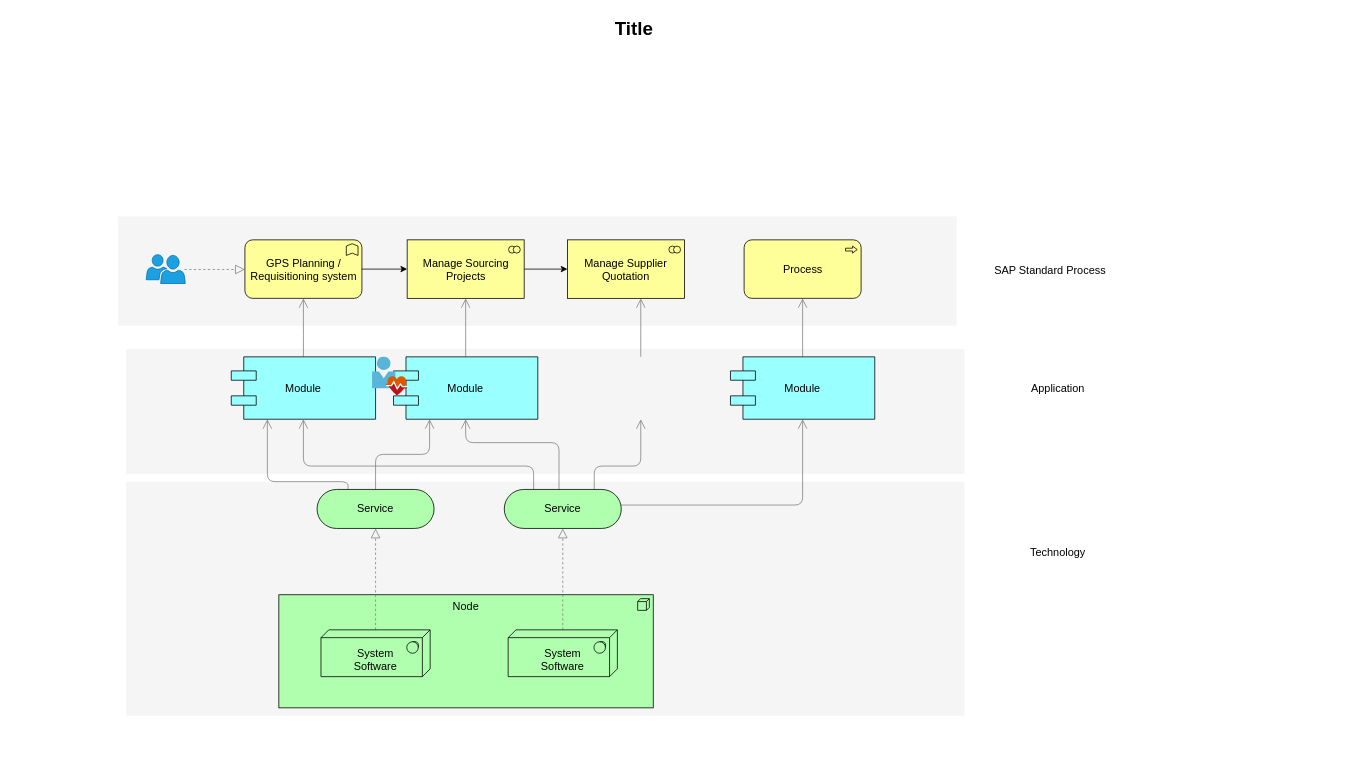
Above: Untitled Diagram.drawio in Mangesh1206/ArchitectureDiagram (draw.io), before the change. Source tidied: cells renumbered, new cells numbered last; positions are measured from the earlier drawing's top-left corner, leaving out a move shared by most shapes. Both pictures are drawn from the tidied source at 78%, with x=0, y=0 at pixel (13, 13). Pictures stored in the file or linked from it are replaced by grey dashed boxes.
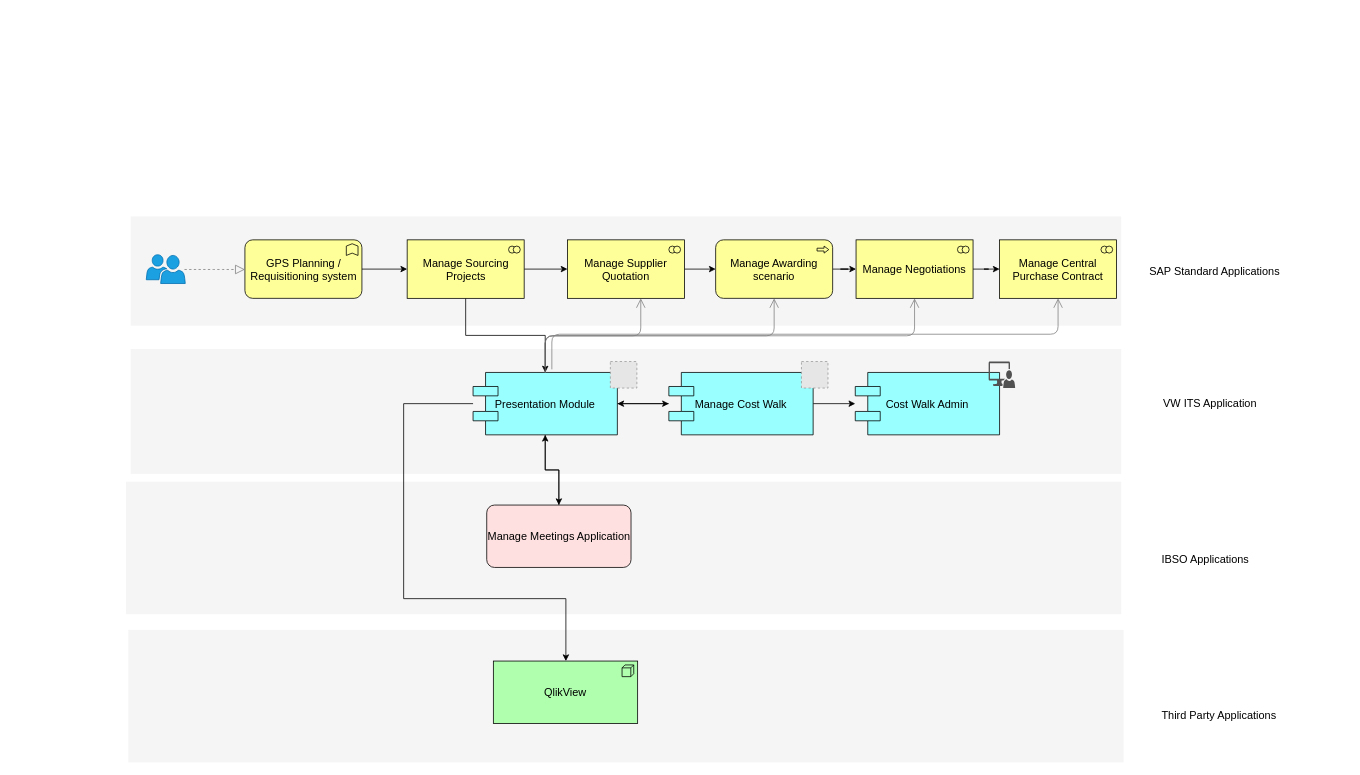
After the change.

The change refers to these unchanged cells:
```xml
<mxCell id="26" value="GPS Planning / Requisitioning system" style="html=1;whiteSpace=wrap;fillColor=#ffff99;shape=mxgraph.archimate3.application;appType=func;archiType=rounded;fontSize=14;" parent="1" vertex="1">
  <mxGeometry x="296.5" y="290" width="150" height="75" as="geometry" />
</mxCell>
<mxCell id="28" value="Manage Sourcing Projects" style="html=1;whiteSpace=wrap;fillColor=#ffff99;shape=mxgraph.archimate3.application;appType=collab;archiType=square;fontSize=14;" parent="1" vertex="1">
  <mxGeometry x="504.5" y="290" width="150" height="75" as="geometry" />
</mxCell>
<mxCell id="37" value="Manage Supplier Quotation" style="html=1;whiteSpace=wrap;fillColor=#ffff99;shape=mxgraph.archimate3.application;appType=collab;archiType=square;fontSize=14;" parent="1" vertex="1">
  <mxGeometry x="710" y="290" width="150" height="75" as="geometry" />
</mxCell>
```

Change to the diagram source:
```diff
@@
+    <mxCell id="38" style="whiteSpace=wrap;html=1;strokeColor=none;strokeWidth=1;fillColor=#f5f5f5;fontSize=14;" parent="1" vertex="1">
+      <mxGeometry x="147" y="790" width="1276" height="170" as="geometry" />
+    </mxCell>
     <mxCell id="2" style="whiteSpace=wrap;html=1;strokeColor=none;strokeWidth=1;fillColor=#f5f5f5;fontSize=14;" parent="1" vertex="1">
-      <mxGeometry x="144" y="600" width="1075" height="300" as="geometry" />
+      <mxGeometry x="144" y="600" width="1276" height="170" as="geometry" />
     </mxCell>
     <mxCell id="3" style="whiteSpace=wrap;html=1;strokeColor=none;strokeWidth=1;fillColor=#f5f5f5;fontSize=14;" parent="1" vertex="1">
-      <mxGeometry x="144" y="430" width="1075" height="160" as="geometry" />
+      <mxGeometry x="150" y="430" width="1270" height="160" as="geometry" />
     </mxCell>
     <mxCell id="4" style="whiteSpace=wrap;html=1;strokeColor=none;strokeWidth=1;fillColor=#f5f5f5;fontSize=14;" parent="1" vertex="1">
-      <mxGeometry x="134" y="260" width="1075" height="140" as="geometry" />
+      <mxGeometry x="150" y="260" width="1270" height="140" as="geometry" />
     </mxCell>
-    <mxCell id="5" value="Node" style="html=1;whiteSpace=wrap;fillColor=#AFFFAF;shape=mxgraph.archimate3.application;appType=node;archiType=square;fontSize=14;verticalAlign=top;" parent="1" vertex="1">
-      <mxGeometry x="340" y="745" width="480" height="145" as="geometry" />
-    </mxCell>
-    <mxCell id="6" style="edgeStyle=elbowEdgeStyle;rounded=1;elbow=vertical;html=1;startSize=10;endArrow=block;endFill=0;endSize=10;jettySize=auto;strokeColor=#808080;fontSize=14;dashed=1;" parent="1" edge="1" source="7" target="12">
-      <mxGeometry relative="1" as="geometry" />
-    </mxCell>
-    <mxCell id="7" value="&lt;div&gt;&lt;br&gt;&lt;/div&gt;System&lt;div&gt;Software&lt;/div&gt;" style="html=1;whiteSpace=wrap;fillColor=#AFFFAF;shape=mxgraph.archimate3.tech;techType=sysSw;fontSize=14;" parent="1" vertex="1">
-      <mxGeometry x="394" y="790" width="140" height="60" as="geometry" />
-    </mxCell>
-    <mxCell id="8" style="edgeStyle=elbowEdgeStyle;rounded=1;elbow=vertical;html=1;startSize=10;endArrow=block;endFill=0;endSize=10;jettySize=auto;strokeColor=#808080;fontSize=14;dashed=1;" parent="1" edge="1" source="9" target="17">
-      <mxGeometry relative="1" as="geometry" />
-    </mxCell>
-    <mxCell id="9" value="&lt;div&gt;&lt;br&gt;&lt;/div&gt;&lt;div&gt;&lt;span&gt;System&lt;/span&gt;&lt;div&gt;Software&lt;/div&gt;&lt;/div&gt;" style="html=1;whiteSpace=wrap;fillColor=#AFFFAF;shape=mxgraph.archimate3.tech;techType=sysSw;fontSize=14;" parent="1" vertex="1">
-      <mxGeometry x="634" y="790" width="140" height="60" as="geometry" />
-    </mxCell>
-    <mxCell id="10" style="edgeStyle=elbowEdgeStyle;rounded=1;elbow=vertical;html=1;startSize=10;endArrow=open;endFill=0;endSize=10;jettySize=auto;strokeColor=#808080;fontSize=14;entryX=0.25;entryY=1;" parent="1" edge="1" source="12" target="21">
-      <mxGeometry relative="1" as="geometry" />
-    </mxCell>
-    <mxCell id="11" style="edgeStyle=elbowEdgeStyle;rounded=1;elbow=vertical;html=1;startSize=10;endArrow=open;endFill=0;endSize=10;jettySize=auto;strokeColor=#808080;fontSize=14;entryX=0.25;entryY=1;exitX=0.265;exitY=0.007;exitPerimeter=0;" parent="1" edge="1" source="12" target="19">
-      <mxGeometry relative="1" as="geometry">
-        <Array as="points">
-          <mxPoint x="372" y="600" />
-        </Array>
-      </mxGeometry>
-    </mxCell>
-    <mxCell id="12" value="Service" style="html=1;whiteSpace=wrap;fillColor=#AFFFAF;shape=mxgraph.archimate3.service;fontSize=14;" parent="1" vertex="1">
-      <mxGeometry x="389" y="610" width="150" height="50" as="geometry" />
-    </mxCell>
-    <mxCell id="13" style="edgeStyle=elbowEdgeStyle;rounded=1;elbow=vertical;html=1;startSize=10;endArrow=open;endFill=0;endSize=10;jettySize=auto;strokeColor=#808080;fontSize=14;" parent="1" edge="1" source="17" target="24">
-      <mxGeometry relative="1" as="geometry">
-        <Array as="points">
-          <mxPoint x="859" y="630" />
-        </Array>
-      </mxGeometry>
-    </mxCell>
-    <mxCell id="14" style="edgeStyle=elbowEdgeStyle;rounded=1;elbow=vertical;html=1;startSize=10;endArrow=open;endFill=0;endSize=10;jettySize=auto;strokeColor=#808080;fontSize=14;entryX=0.5;entryY=1;exitX=0.769;exitY=0.025;exitPerimeter=0;" parent="1" edge="1" source="17">
-      <mxGeometry relative="1" as="geometry">
-        <mxPoint x="804" y="520" as="targetPoint" />
-        <Array as="points">
-          <mxPoint x="759" y="580" />
-        </Array>
-      </mxGeometry>
-    </mxCell>
-    <mxCell id="15" style="edgeStyle=elbowEdgeStyle;rounded=1;elbow=vertical;html=1;startSize=10;endArrow=open;endFill=0;endSize=10;jettySize=auto;strokeColor=#808080;fontSize=14;entryX=0.5;entryY=1;exitX=0.468;exitY=0.025;exitPerimeter=0;" parent="1" edge="1" source="17" target="21">
-      <mxGeometry relative="1" as="geometry">
-        <Array as="points">
-          <mxPoint x="649" y="550" />
-        </Array>
-      </mxGeometry>
-    </mxCell>
-    <mxCell id="16" style="edgeStyle=elbowEdgeStyle;rounded=1;elbow=vertical;html=1;startSize=10;endArrow=open;endFill=0;endSize=10;jettySize=auto;strokeColor=#808080;fontSize=14;exitX=0.251;exitY=0.002;exitPerimeter=0;" parent="1" edge="1" source="17" target="19">
-      <mxGeometry relative="1" as="geometry">
-        <Array as="points">
-          <mxPoint x="539" y="580" />
-        </Array>
-      </mxGeometry>
-    </mxCell>
-    <mxCell id="17" value="Service" style="html=1;whiteSpace=wrap;fillColor=#AFFFAF;shape=mxgraph.archimate3.service;fontSize=14;" parent="1" vertex="1">
-      <mxGeometry x="629" y="610" width="150" height="50" as="geometry" />
-    </mxCell>
-    <mxCell id="18" style="edgeStyle=elbowEdgeStyle;rounded=1;elbow=vertical;html=1;startSize=10;endArrow=open;endFill=0;endSize=10;jettySize=auto;strokeColor=#808080;fontSize=14;" parent="1" edge="1" source="19" target="26">
-      <mxGeometry relative="1" as="geometry" />
-    </mxCell>
+    <mxCell id="39" style="edgeStyle=orthogonalEdgeStyle;rounded=0;jettySize=auto;html=1;fontSize=14;" parent="1" edge="1" source="19" target="58">
+      <mxGeometry relative="1" as="geometry" />
+    </mxCell>
+    <mxCell id="40" style="edgeStyle=orthogonalEdgeStyle;rounded=0;jettySize=auto;html=1;fontSize=14;" parent="1" edge="1" source="19" target="53">
+      <mxGeometry relative="1" as="geometry" />
+    </mxCell>
-    <mxCell id="19" value="Module" style="shape=component;align=center;fillColor=#99ffff;gradientColor=none;fontSize=14;" parent="1" vertex="1">
-      <mxGeometry x="279" y="440" width="185" height="80" as="geometry" />
+    <mxCell id="19" value="Presentation Module" style="shape=component;align=center;fillColor=#99ffff;gradientColor=none;fontSize=14;" parent="1" vertex="1">
+      <mxGeometry x="589" y="460" width="185" height="80" as="geometry" />
     </mxCell>
-    <mxCell id="20" style="edgeStyle=elbowEdgeStyle;rounded=1;elbow=vertical;html=1;startSize=10;endArrow=open;endFill=0;endSize=10;jettySize=auto;strokeColor=#808080;fontSize=14;" parent="1" edge="1" source="21" target="28">
-      <mxGeometry relative="1" as="geometry" />
-    </mxCell>
-    <mxCell id="21" value="Module" style="shape=component;align=center;fillColor=#99ffff;gradientColor=none;fontSize=14;" parent="1" vertex="1">
-      <mxGeometry x="487" y="440" width="185" height="80" as="geometry" />
-    </mxCell>
-    <mxCell id="22" style="edgeStyle=elbowEdgeStyle;rounded=1;elbow=vertical;html=1;startSize=10;endArrow=open;endFill=0;endSize=10;jettySize=auto;orthogonalLoop=1;strokeColor=#808080;fontSize=14;" parent="1" edge="1">
+    <mxCell id="22" style="edgeStyle=elbowEdgeStyle;rounded=1;elbow=vertical;html=1;startSize=10;endArrow=open;endFill=0;endSize=10;jettySize=auto;strokeColor=#808080;fontSize=14;exitX=0.5;exitY=0;exitDx=0;exitDy=0;" parent="1" edge="1" source="19">
       <mxGeometry relative="1" as="geometry">
-        <mxPoint x="804" y="440" as="sourcePoint" />
         <mxPoint x="804" y="365" as="targetPoint" />
       </mxGeometry>
     </mxCell>
+    <mxCell id="41" style="edgeStyle=orthogonalEdgeStyle;rounded=0;jettySize=auto;html=1;fontSize=14;" parent="1" edge="1" source="19" target="60">
+      <mxGeometry relative="1" as="geometry">
+        <Array as="points">
+          <mxPoint x="500" y="500" />
+          <mxPoint x="500" y="750" />
+          <mxPoint x="708" y="750" />
+        </Array>
+      </mxGeometry>
+    </mxCell>
-    <mxCell id="23" style="edgeStyle=elbowEdgeStyle;rounded=1;elbow=vertical;html=1;startSize=10;endArrow=open;endFill=0;endSize=10;jettySize=auto;strokeColor=#808080;fontSize=14;" parent="1" edge="1" source="24" target="29">
+    <mxCell id="23" style="edgeStyle=elbowEdgeStyle;rounded=1;elbow=vertical;html=1;startSize=10;endArrow=open;endFill=0;endSize=10;jettySize=auto;strokeColor=#808080;fontSize=14;exitX=0.5;exitY=0;exitDx=0;exitDy=0;" parent="1" edge="1" source="19" target="29">
       <mxGeometry relative="1" as="geometry" />
     </mxCell>
-    <mxCell id="24" value="Module" style="shape=component;align=center;fillColor=#99ffff;gradientColor=none;fontSize=14;" parent="1" vertex="1">
-      <mxGeometry x="919" y="440" width="185" height="80" as="geometry" />
-    </mxCell>
@@
+    <mxCell id="42" style="edgeStyle=orthogonalEdgeStyle;rounded=0;jettySize=auto;html=1;entryX=0.5;entryY=0;entryDx=0;entryDy=0;" parent="1" edge="1" source="28" target="19">
+      <mxGeometry relative="1" as="geometry" />
+    </mxCell>
@@
+    <mxCell id="43" style="edgeStyle=orthogonalEdgeStyle;rounded=0;jettySize=auto;html=1;" parent="1" edge="1" source="29" target="47">
+      <mxGeometry relative="1" as="geometry" />
+    </mxCell>
-    <mxCell id="29" value="Process" style="html=1;whiteSpace=wrap;fillColor=#ffff99;shape=mxgraph.archimate3.application;appType=proc;archiType=rounded;fontSize=14;" parent="1" vertex="1">
-      <mxGeometry x="936.5" y="290" width="150" height="75" as="geometry" />
+    <mxCell id="29" value="Manage Awarding scenario" style="html=1;whiteSpace=wrap;fillColor=#ffff99;shape=mxgraph.archimate3.application;appType=proc;archiType=rounded;fontSize=14;" parent="1" vertex="1">
+      <mxGeometry x="900" y="290" width="150" height="75" as="geometry" />
     </mxCell>
-    <mxCell id="30" value="Technology" style="text;html=1;strokeColor=none;fillColor=none;align=center;verticalAlign=middle;whiteSpace=wrap;fontSize=14;" parent="1" vertex="1">
-      <mxGeometry x="1219" y="681" width="240" height="20" as="geometry" />
+    <mxCell id="30" value="IBSO Applications" style="text;html=1;strokeColor=none;fillColor=none;align=left;verticalAlign=middle;whiteSpace=wrap;fontSize=14;" parent="1" vertex="1">
+      <mxGeometry x="1470" y="690" width="240" height="20" as="geometry" />
     </mxCell>
-    <mxCell id="31" value="Application" style="text;html=1;strokeColor=none;fillColor=none;align=center;verticalAlign=middle;whiteSpace=wrap;fontSize=14;" parent="1" vertex="1">
-      <mxGeometry x="1219" y="471" width="240" height="20" as="geometry" />
+    <mxCell id="31" value="VW ITS Application" style="text;html=1;strokeColor=none;fillColor=none;align=center;verticalAlign=middle;whiteSpace=wrap;fontSize=14;" parent="1" vertex="1">
+      <mxGeometry x="1414" y="490" width="240" height="20" as="geometry" />
     </mxCell>
-    <mxCell id="32" value="SAP Standard Process" style="text;html=1;strokeColor=none;fillColor=none;align=center;verticalAlign=middle;whiteSpace=wrap;fontSize=14;" parent="1" vertex="1">
-      <mxGeometry x="1209" y="319" width="240" height="20" as="geometry" />
+    <mxCell id="32" value="SAP Standard Applications" style="text;html=1;strokeColor=none;fillColor=none;align=center;verticalAlign=middle;whiteSpace=wrap;fontSize=14;" parent="1" vertex="1">
+      <mxGeometry x="1420" y="320" width="240" height="20" as="geometry" />
     </mxCell>
@@
-    <mxCell id="34" value="Title" style="text;strokeColor=none;fillColor=none;html=1;fontSize=24;fontStyle=1;verticalAlign=middle;align=center;" parent="1" vertex="1">
-      <mxGeometry width="1590" height="40" as="geometry" />
-    </mxCell>
-    <mxCell id="35" style="sketch=0;html=1;align=center;image;fontSize=12;image=img/lib/mscae/User_Health_Icon.svg;" parent="1" vertex="1">
-      <mxGeometry x="460" y="440" width="46" height="50" as="geometry" />
-    </mxCell>
@@
+    <mxCell id="44" style="edgeStyle=orthogonalEdgeStyle;rounded=0;jettySize=auto;html=1;" parent="1" edge="1" source="37" target="29">
+      <mxGeometry relative="1" as="geometry" />
+    </mxCell>
@@
+    <mxCell id="45" value="Manage Central Purchase Contract" style="html=1;whiteSpace=wrap;fillColor=#ffff99;shape=mxgraph.archimate3.application;appType=collab;archiType=square;fontSize=14;" parent="1" vertex="1">
+      <mxGeometry x="1264" y="290" width="150" height="75" as="geometry" />
+    </mxCell>
+    <mxCell id="46" style="edgeStyle=orthogonalEdgeStyle;rounded=0;jettySize=auto;html=1;" parent="1" edge="1" source="47" target="45">
+      <mxGeometry relative="1" as="geometry" />
+    </mxCell>
+    <mxCell id="47" value="Manage Negotiations" style="html=1;whiteSpace=wrap;fillColor=#ffff99;shape=mxgraph.archimate3.application;appType=collab;archiType=square;fontSize=14;" parent="1" vertex="1">
+      <mxGeometry x="1080" y="290" width="150" height="75" as="geometry" />
+    </mxCell>
+    <mxCell id="48" style="edgeStyle=elbowEdgeStyle;rounded=1;elbow=vertical;html=1;startSize=10;endArrow=open;endFill=0;endSize=10;jettySize=auto;strokeColor=#808080;fontSize=14;entryX=0.5;entryY=1;entryDx=0;entryDy=0;entryPerimeter=0;exitX=0.5;exitY=0;exitDx=0;exitDy=0;" parent="1" edge="1" source="19" target="47">
+      <mxGeometry relative="1" as="geometry" />
+    </mxCell>
+    <mxCell id="49" style="edgeStyle=elbowEdgeStyle;rounded=1;elbow=vertical;html=1;startSize=10;endArrow=open;endFill=0;endSize=10;jettySize=auto;strokeColor=#808080;fontSize=14;entryX=0.5;entryY=1;entryDx=0;entryDy=0;entryPerimeter=0;" parent="1" edge="1" target="45">
+      <mxGeometry relative="1" as="geometry">
+        <mxPoint x="690" y="456" as="sourcePoint" />
+      </mxGeometry>
+    </mxCell>
+    <mxCell id="50" style="fillColor=#E6E6E6;strokeColor=#999999;dashed=1;html=1;verticalAlign=top;verticalLabelPosition=bottom;labelBackgroundColor=#ffffff;" parent="1" vertex="1">
+      <mxGeometry x="765" y="446" width="34" height="34" as="geometry" />
+    </mxCell>
+    <mxCell id="51" style="edgeStyle=orthogonalEdgeStyle;rounded=0;jettySize=auto;html=1;" parent="1" edge="1" source="53" target="55">
+      <mxGeometry relative="1" as="geometry" />
+    </mxCell>
+    <mxCell id="52" style="edgeStyle=orthogonalEdgeStyle;rounded=0;jettySize=auto;html=1;fontSize=14;" parent="1" edge="1" source="53" target="19">
+      <mxGeometry relative="1" as="geometry" />
+    </mxCell>
+    <mxCell id="53" value="Manage Cost Walk" style="shape=component;align=center;fillColor=#99ffff;gradientColor=none;fontSize=14;" parent="1" vertex="1">
+      <mxGeometry x="840" y="460" width="185" height="80" as="geometry" />
+    </mxCell>
+    <mxCell id="54" style="fillColor=#E6E6E6;strokeColor=#999999;dashed=1;html=1;verticalAlign=top;verticalLabelPosition=bottom;labelBackgroundColor=#ffffff;" parent="1" vertex="1">
+      <mxGeometry x="1010" y="446" width="34" height="34" as="geometry" />
+    </mxCell>
+    <mxCell id="55" value="Cost Walk Admin" style="shape=component;align=center;fillColor=#99ffff;gradientColor=none;fontSize=14;" parent="1" vertex="1">
+      <mxGeometry x="1079" y="460" width="185" height="80" as="geometry" />
+    </mxCell>
+    <mxCell id="56" style="sketch=0;shadow=0;dashed=0;html=1;strokeColor=none;labelPosition=center;verticalLabelPosition=bottom;verticalAlign=top;align=center;fillColor=#515151;shape=mxgraph.mscae.system_center.admin_console;fillStyle=solid;" parent="1" vertex="1">
+      <mxGeometry x="1250" y="446" width="34" height="34" as="geometry" />
+    </mxCell>
+    <mxCell id="57" style="edgeStyle=orthogonalEdgeStyle;rounded=0;jettySize=auto;html=1;entryX=0.5;entryY=1;entryDx=0;entryDy=0;fontSize=14;" parent="1" edge="1" source="58" target="19">
+      <mxGeometry relative="1" as="geometry" />
+    </mxCell>
+    <mxCell id="58" value="&lt;font style=&quot;font-size: 14px;&quot;&gt;Manage Meetings Application&lt;/font&gt;" style="html=1;outlineConnect=0;whiteSpace=wrap;fillColor=#FFE0E0;shape=mxgraph.archimate3.application;archiType=rounded;fillStyle=solid;" parent="1" vertex="1">
+      <mxGeometry x="606.5" y="630" width="185" height="80" as="geometry" />
+    </mxCell>
+    <mxCell id="59" value="Third Party Applications" style="text;html=1;strokeColor=none;fillColor=none;align=left;verticalAlign=middle;whiteSpace=wrap;fontSize=14;" parent="1" vertex="1">
+      <mxGeometry x="1470" y="890" width="240" height="20" as="geometry" />
+    </mxCell>
+    <mxCell id="60" value="QlikView" style="html=1;outlineConnect=0;whiteSpace=wrap;fillColor=#AFFFAF;shape=mxgraph.archimate3.application;appType=node;archiType=square;fillStyle=solid;fontSize=14;" parent="1" vertex="1">
+      <mxGeometry x="615" y="830" width="185" height="80" as="geometry" />
+    </mxCell>
```
